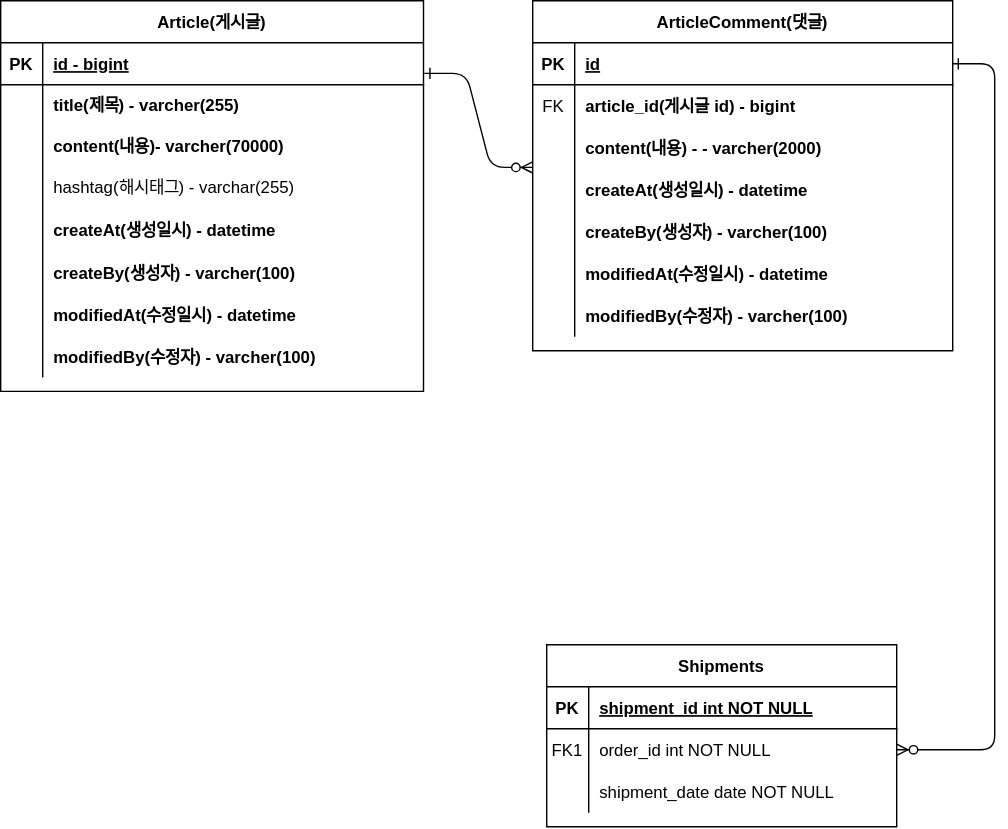
Above: project-board-erd.svg in YOOJONGHWA/fastcampus-project-board (draw.io), before the change. Source tidied: cells renumbered, new cells last; positions are measured from the earlier drawing's top-left corner, leaving out a move shared by most shapes.
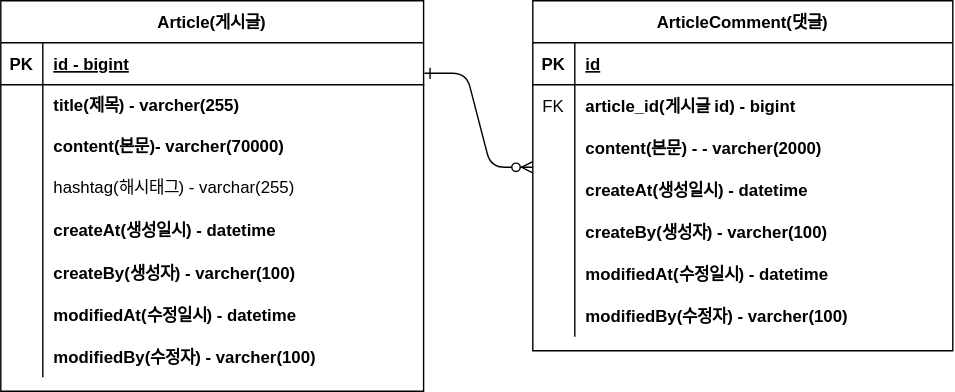
After the commit.

Commit message:
#8 - ERD 주석 업데이트 project-board-erd.svg

Change to the diagram source:
```diff
@@ -7,9 +7,6 @@
         <mxPoint x="380" y="119" as="targetPoint" />
       </mxGeometry>
     </mxCell>
-    <mxCell id="3" style="edgeStyle=entityRelationEdgeStyle;endArrow=ERzeroToMany;startArrow=ERone;endFill=1;startFill=0;" parent="1" edge="1" source="5" target="30">
-      <mxGeometry relative="1" as="geometry" />
-    </mxCell>
     <mxCell id="4" value="ArticleComment(댓글)" style="shape=table;startSize=30;rowLines=0;fontStyle=1;align=center;" parent="1" vertex="1">
       <mxGeometry x="380" width="300" height="250" as="geometry" />
     </mxCell>
@@ -37,7 +34,7 @@
     <mxCell id="12" style="shape=partialRectangle;overflow=hidden;fillColor=none;top=0;left=0;bottom=0;right=0;" parent="11" vertex="1">
       <mxGeometry width="30" height="30" as="geometry" />
     </mxCell>
-    <mxCell id="13" value="content(내용) - - varcher(2000)   " style="shape=partialRectangle;overflow=hidden;fillColor=none;top=0;left=0;bottom=0;right=0;align=left;spacingLeft=6;fontStyle=1;" parent="11" vertex="1">
+    <mxCell id="13" value="content(본문) - - varcher(2000)   " style="shape=partialRectangle;overflow=hidden;fillColor=none;top=0;left=0;bottom=0;right=0;align=left;spacingLeft=6;fontStyle=1;" parent="11" vertex="1">
       <mxGeometry x="30" width="270" height="30" as="geometry" />
     </mxCell>
     <mxCell id="14" style="shape=partialRectangle;fillColor=none;top=0;left=0;right=0;bottom=0;" parent="4" vertex="1">
@@ -76,36 +73,6 @@
     <mxCell id="25" value="modifiedBy(수정자) - varcher(100)    " style="shape=partialRectangle;overflow=hidden;fillColor=none;top=0;left=0;bottom=0;right=0;align=left;spacingLeft=6;fontStyle=1;" parent="23" vertex="1">
       <mxGeometry x="30" width="270" height="30" as="geometry" />
     </mxCell>
-    <mxCell id="26" value="Shipments" style="shape=table;startSize=30;rowLines=0;fontStyle=1;align=center;" parent="1" vertex="1">
-      <mxGeometry x="390" y="460" width="250" height="130" as="geometry" />
-    </mxCell>
-    <mxCell id="27" style="shape=partialRectangle;fillColor=none;top=0;left=0;right=0;bottom=1;" parent="26" vertex="1">
-      <mxGeometry y="30" width="250" height="30" as="geometry" />
-    </mxCell>
-    <mxCell id="28" value="PK" style="shape=partialRectangle;overflow=hidden;fillColor=none;top=0;left=0;bottom=0;right=0;fontStyle=1;" parent="27" vertex="1">
-      <mxGeometry width="30" height="30" as="geometry" />
-    </mxCell>
-    <mxCell id="29" value="shipment_id int NOT NULL " style="shape=partialRectangle;overflow=hidden;fillColor=none;top=0;left=0;bottom=0;right=0;align=left;spacingLeft=6;fontStyle=5;" parent="27" vertex="1">
-      <mxGeometry x="30" width="220" height="30" as="geometry" />
-    </mxCell>
-    <mxCell id="30" style="shape=partialRectangle;fillColor=none;points=[[0,0.5],[1,0.5]];portConstraint=eastwest;top=0;left=0;right=0;bottom=0;" parent="26" vertex="1">
-      <mxGeometry y="60" width="250" height="30" as="geometry" />
-    </mxCell>
-    <mxCell id="31" value="FK1" style="shape=partialRectangle;overflow=hidden;fillColor=none;top=0;left=0;bottom=0;right=0;" parent="30" vertex="1">
-      <mxGeometry width="30" height="30" as="geometry" />
-    </mxCell>
-    <mxCell id="32" value="order_id int NOT NULL" style="shape=partialRectangle;overflow=hidden;fillColor=none;top=0;left=0;bottom=0;right=0;align=left;spacingLeft=6;" parent="30" vertex="1">
-      <mxGeometry x="30" width="220" height="30" as="geometry" />
-    </mxCell>
-    <mxCell id="33" style="shape=partialRectangle;fillColor=none;top=0;left=0;right=0;bottom=0;" parent="26" vertex="1">
-      <mxGeometry y="90" width="250" height="30" as="geometry" />
-    </mxCell>
-    <mxCell id="34" style="shape=partialRectangle;overflow=hidden;fillColor=none;top=0;left=0;bottom=0;right=0;" parent="33" vertex="1">
-      <mxGeometry width="30" height="30" as="geometry" />
-    </mxCell>
-    <mxCell id="35" value="shipment_date date NOT NULL" style="shape=partialRectangle;overflow=hidden;fillColor=none;top=0;left=0;bottom=0;right=0;align=left;spacingLeft=6;" parent="33" vertex="1">
-      <mxGeometry x="30" width="220" height="30" as="geometry" />
-    </mxCell>
     <mxCell id="36" value="Article(게시글)" style="shape=table;startSize=30;rowLines=0;fontStyle=1;align=center;" parent="1" vertex="1">
       <mxGeometry width="302" height="279" as="geometry" />
     </mxCell>
@@ -133,7 +100,7 @@
     <mxCell id="44" style="shape=partialRectangle;overflow=hidden;fillColor=none;top=0;left=0;bottom=0;right=0;" parent="43" vertex="1">
       <mxGeometry width="30" height="29" as="geometry" />
     </mxCell>
-    <mxCell id="45" value="content(내용)- varcher(70000)    " style="shape=partialRectangle;overflow=hidden;fillColor=none;top=0;left=0;bottom=0;right=0;align=left;spacingLeft=6;fontStyle=1;" parent="43" vertex="1">
+    <mxCell id="45" value="content(본문)- varcher(70000)    " style="shape=partialRectangle;overflow=hidden;fillColor=none;top=0;left=0;bottom=0;right=0;align=left;spacingLeft=6;fontStyle=1;" parent="43" vertex="1">
       <mxGeometry x="30" width="272" height="29" as="geometry" />
     </mxCell>
     <mxCell id="46" style="shape=partialRectangle;fillColor=none;top=0;left=0;right=0;bottom=0;" parent="36" vertex="1">
```
